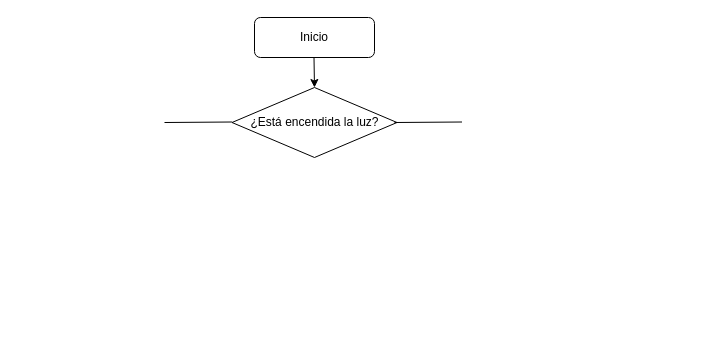
Before: Untitled Diagram.drawio in sisuramirez/8bit-mario, a draw.io diagram. Source tidied: cells renumbered, new cells numbered last; positions are measured from the earlier drawing's top-left corner, leaving out a move shared by most shapes. Both pictures are drawn from the tidied source at 100%, with x=0, y=0 at pixel (164, 17).
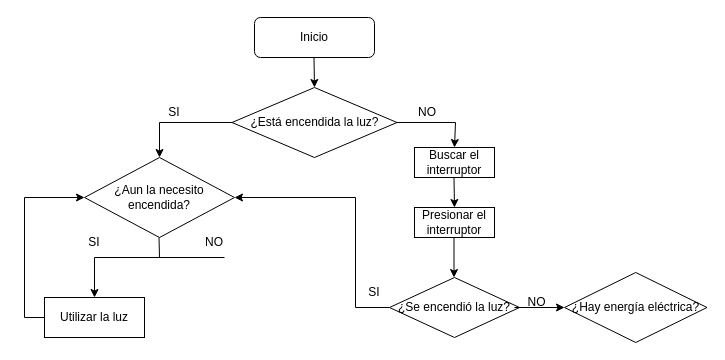
The same page after the edit.

The change refers to these unchanged cells:
```xml
<mxCell id="3" value="¿Está encendida la luz?" style="rhombus;whiteSpace=wrap;html=1;" parent="1" vertex="1">
  <mxGeometry x="67.5" y="70" width="165" height="70" as="geometry" />
</mxCell>
```

What changed in the source:
```diff
@@
+    <mxCell id="7" style="edgeStyle=orthogonalEdgeStyle;rounded=0;jettySize=auto;html=1;exitX=1;exitY=0.5;exitDx=0;exitDy=0;" parent="1" edge="1" source="3">
+      <mxGeometry relative="1" as="geometry">
+        <mxPoint x="290" y="130" as="targetPoint" />
+        <Array as="points">
+          <mxPoint x="291" y="105" />
+        </Array>
+      </mxGeometry>
+    </mxCell>
+    <mxCell id="8" style="edgeStyle=orthogonalEdgeStyle;rounded=0;jettySize=auto;html=1;exitX=0;exitY=0.5;exitDx=0;exitDy=0;entryX=0.5;entryY=0;entryDx=0;entryDy=0;" parent="1" edge="1" source="3" target="10">
+      <mxGeometry relative="1" as="geometry" />
+    </mxCell>
@@
-    <mxCell id="5" style="endArrow=none;html=1;rounded=0;" parent="1" edge="1">
-      <mxGeometry relative="1" as="geometry">
-        <mxPoint y="105" as="sourcePoint" />
-        <mxPoint x="67.5" y="104.5" as="targetPoint" />
-      </mxGeometry>
-    </mxCell>
-    <mxCell id="6" style="endArrow=none;html=1;rounded=0;" parent="1" edge="1">
-      <mxGeometry relative="1" as="geometry">
-        <mxPoint x="230" y="105" as="sourcePoint" />
-        <mxPoint x="297.5" y="104.5" as="targetPoint" />
-      </mxGeometry>
-    </mxCell>
+    <mxCell id="9" value="SI" style="text;html=1;strokeColor=none;fillColor=none;align=center;verticalAlign=middle;whiteSpace=wrap;rounded=0;" parent="1" vertex="1">
+      <mxGeometry x="-20" y="80" width="60" height="30" as="geometry" />
+    </mxCell>
+    <mxCell id="10" value="¿Aun la necesito encendida?" style="rhombus;whiteSpace=wrap;html=1;" parent="1" vertex="1">
+      <mxGeometry x="-80" y="140" width="150" height="80" as="geometry" />
+    </mxCell>
+    <mxCell id="11" style="edgeStyle=orthogonalEdgeStyle;rounded=0;jettySize=auto;html=1;exitX=0;exitY=0.5;exitDx=0;exitDy=0;entryX=0;entryY=0.5;entryDx=0;entryDy=0;" parent="1" edge="1" source="12" target="10">
+      <mxGeometry relative="1" as="geometry">
+        <Array as="points">
+          <mxPoint x="-140" y="300" />
+          <mxPoint x="-140" y="180" />
+        </Array>
+      </mxGeometry>
+    </mxCell>
+    <mxCell id="12" value="Utilizar la luz" style="rounded=0;whiteSpace=wrap;html=1;" parent="1" vertex="1">
+      <mxGeometry x="-120" y="280" width="100" height="40" as="geometry" />
+    </mxCell>
+    <mxCell id="13" style="endArrow=none;html=1;rounded=0;" parent="1" edge="1">
+      <mxGeometry relative="1" as="geometry">
+        <mxPoint x="-5" y="240" as="sourcePoint" />
+        <mxPoint x="-5.5" y="220" as="targetPoint" />
+      </mxGeometry>
+    </mxCell>
+    <mxCell id="14" style="endArrow=none;html=1;rounded=0;" parent="1" edge="1">
+      <mxGeometry relative="1" as="geometry">
+        <mxPoint x="-70" y="240" as="sourcePoint" />
+        <mxPoint x="60" y="240" as="targetPoint" />
+      </mxGeometry>
+    </mxCell>
+    <mxCell id="15" style="edgeStyle=orthogonalEdgeStyle;rounded=0;jettySize=auto;html=1;" parent="1" edge="1" source="16" target="12">
+      <mxGeometry relative="1" as="geometry" />
+    </mxCell>
+    <mxCell id="16" value="SI" style="text;html=1;strokeColor=none;fillColor=none;align=center;verticalAlign=middle;whiteSpace=wrap;rounded=0;" parent="1" vertex="1">
+      <mxGeometry x="-100" y="210" width="60" height="30" as="geometry" />
+    </mxCell>
+    <mxCell id="17" value="Buscar el interruptor" style="rounded=0;whiteSpace=wrap;html=1;" parent="1" vertex="1">
+      <mxGeometry x="250" y="130" width="80" height="30" as="geometry" />
+    </mxCell>
+    <mxCell id="18" style="endArrow=classic;html=1;rounded=0;" parent="1" edge="1">
+      <mxGeometry relative="1" as="geometry">
+        <mxPoint x="289.5" y="160" as="sourcePoint" />
+        <mxPoint x="290" y="190" as="targetPoint" />
+      </mxGeometry>
+    </mxCell>
+    <mxCell id="19" value="Presionar el interruptor" style="rounded=0;whiteSpace=wrap;html=1;" parent="1" vertex="1">
+      <mxGeometry x="250" y="190" width="80" height="30" as="geometry" />
+    </mxCell>
+    <mxCell id="20" style="edgeStyle=orthogonalEdgeStyle;rounded=0;jettySize=auto;html=1;entryX=1;entryY=0.5;entryDx=0;entryDy=0;" parent="1" edge="1" source="21" target="10">
+      <mxGeometry relative="1" as="geometry">
+        <Array as="points">
+          <mxPoint x="191" y="290" />
+          <mxPoint x="191" y="180" />
+        </Array>
+      </mxGeometry>
+    </mxCell>
+    <mxCell id="21" value="¿Se encendió la luz?" style="rhombus;whiteSpace=wrap;html=1;" parent="1" vertex="1">
+      <mxGeometry x="225" y="260" width="130" height="60" as="geometry" />
+    </mxCell>
+    <mxCell id="22" style="endArrow=classic;html=1;rounded=0;" parent="1" edge="1">
+      <mxGeometry relative="1" as="geometry">
+        <mxPoint x="289.5" y="220" as="sourcePoint" />
+        <mxPoint x="289.5" y="260" as="targetPoint" />
+      </mxGeometry>
+    </mxCell>
+    <mxCell id="23" value="SI" style="text;html=1;strokeColor=none;fillColor=none;align=center;verticalAlign=middle;whiteSpace=wrap;rounded=0;" parent="1" vertex="1">
+      <mxGeometry x="180" y="260" width="60" height="30" as="geometry" />
+    </mxCell>
+    <mxCell id="24" value="NO" style="text;html=1;strokeColor=none;fillColor=none;align=center;verticalAlign=middle;whiteSpace=wrap;rounded=0;" parent="1" vertex="1">
+      <mxGeometry x="232.5" y="80" width="60" height="30" as="geometry" />
+    </mxCell>
+    <mxCell id="25" value="NO" style="text;html=1;strokeColor=none;fillColor=none;align=center;verticalAlign=middle;whiteSpace=wrap;rounded=0;" parent="1" vertex="1">
+      <mxGeometry x="20" y="210" width="60" height="30" as="geometry" />
+    </mxCell>
+    <mxCell id="26" value="NO" style="text;html=1;strokeColor=none;fillColor=none;align=center;verticalAlign=middle;whiteSpace=wrap;rounded=0;" parent="1" vertex="1">
+      <mxGeometry x="355" y="270" width="35" height="30" as="geometry" />
+    </mxCell>
+    <mxCell id="27" value="¿Hay energía eléctrica?" style="rhombus;whiteSpace=wrap;html=1;" parent="1" vertex="1">
+      <mxGeometry x="400" y="255" width="142.5" height="70" as="geometry" />
+    </mxCell>
+    <mxCell id="28" style="endArrow=classic;html=1;rounded=0;entryX=0;entryY=0.5;entryDx=0;entryDy=0;" parent="1" edge="1" target="27">
+      <mxGeometry relative="1" as="geometry">
+        <mxPoint x="350" y="290" as="sourcePoint" />
+      </mxGeometry>
+    </mxCell>
```
